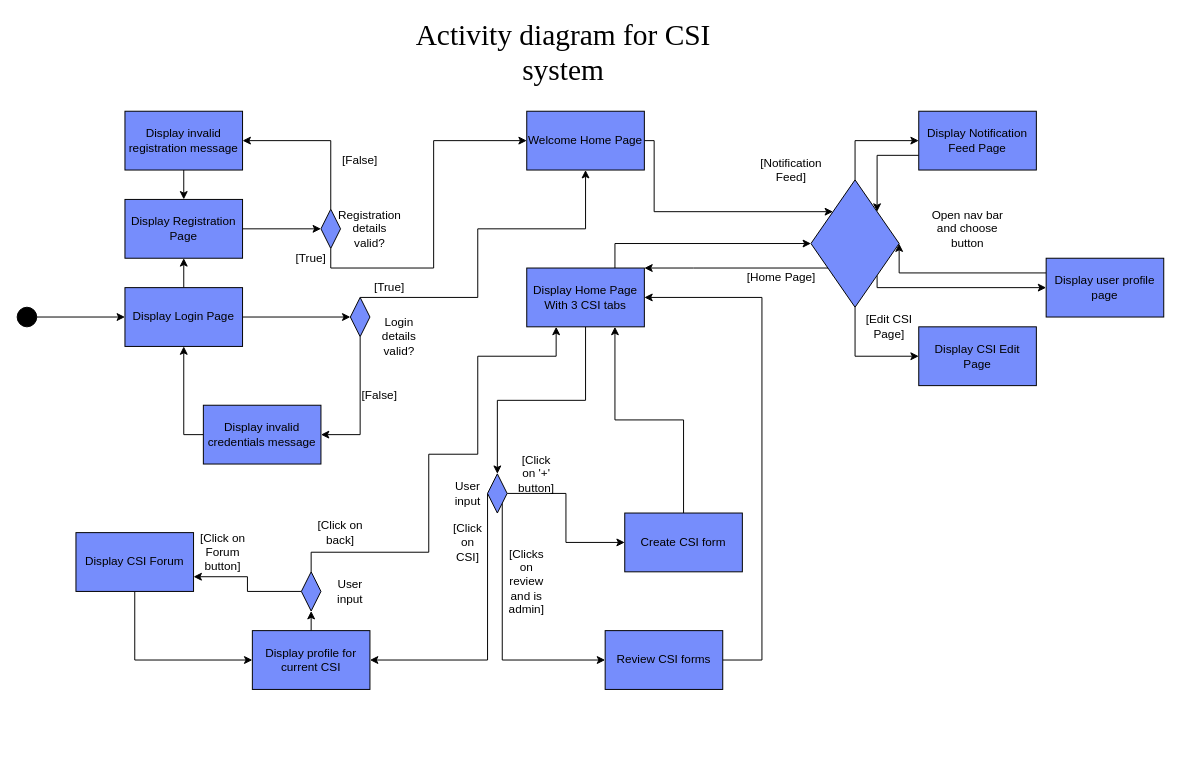
Makizoro/Overclock keeps this draw.io diagram as Diagrams/Activity Diagram.drawio. Above is the earlier version. Source tidied: cells renumbered, new cells numbered last; positions are measured from the earlier drawing's top-left corner, leaving out a move shared by most shapes. Both pictures are drawn from the tidied source at 98%, with x=0, y=0 at pixel (17, 42).
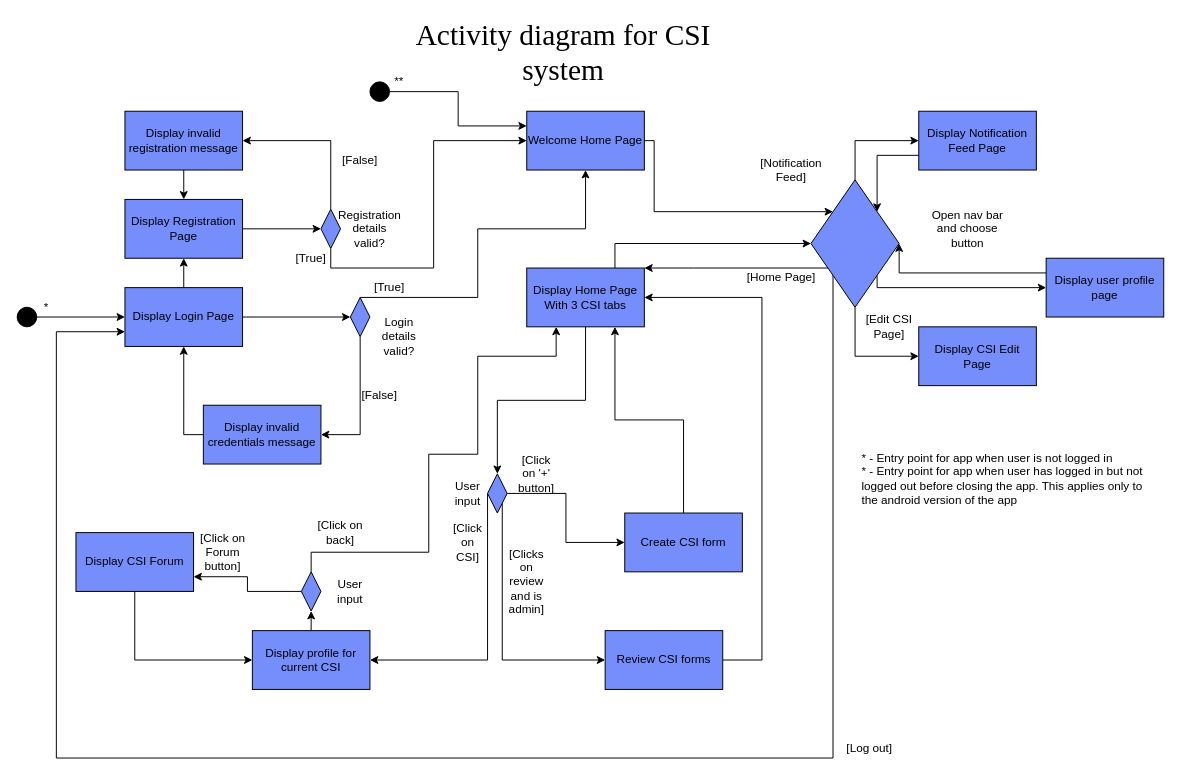
The same diagram, later.

Unchanged cells that the change refers to:
```xml
<mxCell id="5" value="Display Login Page" style="rounded=0;whiteSpace=wrap;html=1;fillColor=#768DFC;strokeColor=#000000;" parent="1" vertex="1">
  <mxGeometry x="110" y="250" width="120" height="60" as="geometry" />
</mxCell>
<mxCell id="52" style="rhombus;whiteSpace=wrap;html=1;fillColor=#768DFC;strokeColor=#000000;" parent="1" vertex="1">
  <mxGeometry x="810" y="140" width="90" height="130" as="geometry" />
</mxCell>
<mxCell id="64" value="Welcome Home Page" style="rounded=0;whiteSpace=wrap;html=1;fillColor=#768DFC;strokeColor=#000000;" parent="1" vertex="1">
  <mxGeometry x="520" y="70" width="120" height="60" as="geometry" />
</mxCell>
```

The edit, as a diff of the source:
```diff
@@
+    <mxCell id="67" style="edgeStyle=orthogonalEdgeStyle;rounded=0;jettySize=auto;html=1;exitX=0;exitY=1;exitDx=0;exitDy=0;entryX=0;entryY=0.75;entryDx=0;entryDy=0;" parent="1" edge="1" source="52" target="5">
+      <mxGeometry relative="1" as="geometry">
+        <Array as="points">
+          <mxPoint x="833" y="730" />
+          <mxPoint x="40" y="730" />
+          <mxPoint x="40" y="295" />
+        </Array>
+      </mxGeometry>
+    </mxCell>
@@
+    <mxCell id="68" style="edgeStyle=orthogonalEdgeStyle;rounded=0;jettySize=auto;html=1;exitX=1;exitY=0.5;exitDx=0;exitDy=0;entryX=0;entryY=0.25;entryDx=0;entryDy=0;" parent="1" edge="1" source="69" target="64">
+      <mxGeometry relative="1" as="geometry" />
+    </mxCell>
+    <mxCell id="69" style="ellipse;whiteSpace=wrap;html=1;fillColor=#000000;" parent="1" vertex="1">
+      <mxGeometry x="360" y="40" width="20" height="20" as="geometry" />
+    </mxCell>
+    <mxCell id="70" value="*" style="text;html=1;strokeColor=none;fillColor=none;align=center;verticalAlign=middle;whiteSpace=wrap;rounded=0;" parent="1" vertex="1">
+      <mxGeometry x="10" y="260" width="40" height="20" as="geometry" />
+    </mxCell>
+    <mxCell id="71" value="**" style="text;html=1;strokeColor=none;fillColor=none;align=center;verticalAlign=middle;whiteSpace=wrap;rounded=0;" parent="1" vertex="1">
+      <mxGeometry x="370" y="30" width="40" height="20" as="geometry" />
+    </mxCell>
+    <mxCell id="72" value="* - Entry point for app when user is not logged in&lt;br&gt;* - Entry point for app when user has logged in but not logged out before closing the app. This applies only to the android version of the app" style="text;html=1;strokeColor=none;fillColor=none;align=left;verticalAlign=middle;whiteSpace=wrap;rounded=0;" parent="1" vertex="1">
+      <mxGeometry x="860" y="400" width="290" height="90" as="geometry" />
+    </mxCell>
+    <mxCell id="73" value="[Log out]" style="text;html=1;strokeColor=none;fillColor=none;align=center;verticalAlign=middle;whiteSpace=wrap;rounded=0;" parent="1" vertex="1">
+      <mxGeometry x="840" y="710" width="60" height="20" as="geometry" />
+    </mxCell>
```
